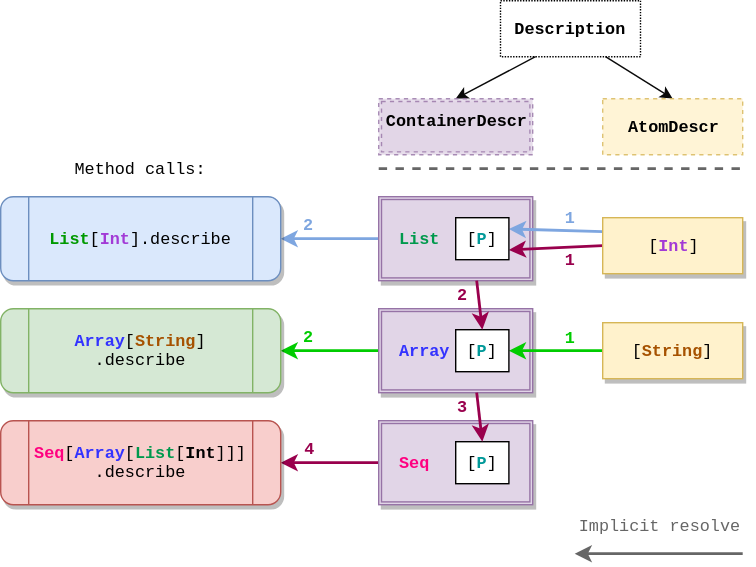
Above: describe.svg in KORPSE/korpse.github.io (draw.io), before the change. Source tidied: cells renumbered, new cells last; positions are measured from the earlier drawing's top-left corner, leaving out a move shared by most shapes. Source of this version:
```xml
<mxGraphModel background="#ffffff">
  <root>
    <mxCell id="0" />
    <mxCell id="1" parent="0" />
    <mxCell id="2" value="&lt;font color=&quot;#99004d&quot;&gt;3&lt;/font&gt;" style="text;html=1;strokeColor=none;fillColor=none;align=center;verticalAlign=middle;whiteSpace=wrap;rounded=1;shadow=1;glass=0;comic=0;labelBackgroundColor=none;fontFamily=Courier New;fontSize=12;fontStyle=1;" parent="1" vertex="1">
      <mxGeometry x="310" y="280" width="40" height="20" as="geometry" />
    </mxCell>
    <mxCell id="3" style="edgeStyle=none;rounded=1;comic=0;html=1;exitX=0;exitY=0.5;entryX=1;entryY=0.5;shadow=0;startArrow=none;startFill=0;jettySize=auto;strokeColor=#7EA6E0;strokeWidth=2;fillColor=#ffcc99;gradientColor=#ffffff;fontFamily=Courier New;fontSize=12;" parent="1" edge="1" source="4" target="21">
      <mxGeometry relative="1" as="geometry" />
    </mxCell>
    <mxCell id="4" value="&lt;font color=&quot;#00994d&quot;&gt;&lt;b&gt;List&lt;/b&gt;&lt;/font&gt;" style="shape=ext;double=1;rounded=0;whiteSpace=wrap;html=1;shadow=1;fontFamily=Courier New;fontSize=12;fontColor=#000000;align=left;strokeColor=#9673a6;strokeWidth=1;fillColor=#e1d5e7;verticalAlign=middle;spacingLeft=10;" parent="1" vertex="1">
      <mxGeometry x="270" y="140" width="110" height="60" as="geometry" />
    </mxCell>
    <mxCell id="5" style="edgeStyle=none;rounded=1;comic=0;html=1;exitX=0;exitY=0.5;entryX=1;entryY=0.5;shadow=0;startArrow=none;startFill=0;jettySize=auto;strokeColor=#00CC00;strokeWidth=2;fillColor=#ffcc99;gradientColor=#ffffff;fontFamily=Courier New;fontSize=12;" parent="1" edge="1" source="6" target="22">
      <mxGeometry relative="1" as="geometry" />
    </mxCell>
    <mxCell id="6" value="&lt;font color=&quot;#3333ff&quot;&gt;&lt;b&gt;Array&lt;/b&gt;&lt;/font&gt;" style="shape=ext;double=1;rounded=0;whiteSpace=wrap;html=1;shadow=1;fontFamily=Courier New;fontSize=12;fontColor=#000000;align=left;strokeColor=#9673a6;strokeWidth=1;fillColor=#e1d5e7;verticalAlign=middle;spacingLeft=10;" parent="1" vertex="1">
      <mxGeometry x="270" y="220" width="110" height="60" as="geometry" />
    </mxCell>
    <mxCell id="7" style="edgeStyle=none;rounded=1;comic=0;html=1;exitX=0;exitY=0.5;entryX=1;entryY=0.5;shadow=0;startArrow=none;startFill=0;jettySize=auto;strokeColor=#99004D;strokeWidth=2;fillColor=#ffcc99;gradientColor=#ffffff;fontFamily=Courier New;fontSize=12;" parent="1" edge="1" source="8" target="23">
      <mxGeometry relative="1" as="geometry" />
    </mxCell>
    <mxCell id="8" value="&lt;font color=&quot;#ff0080&quot;&gt;&lt;b&gt;Seq&lt;/b&gt;&lt;/font&gt;" style="shape=ext;double=1;rounded=0;whiteSpace=wrap;html=1;shadow=1;fontFamily=Courier New;fontSize=12;fontColor=#000000;align=left;strokeColor=#9673a6;strokeWidth=1;fillColor=#e1d5e7;verticalAlign=middle;spacingLeft=10;" parent="1" vertex="1">
      <mxGeometry x="270" y="300" width="110" height="60" as="geometry" />
    </mxCell>
    <mxCell id="9" style="edgeStyle=none;rounded=1;comic=0;html=1;exitX=0;exitY=0.25;entryX=1;entryY=0.25;shadow=0;startArrow=none;startFill=0;jettySize=auto;strokeColor=#7EA6E0;strokeWidth=2;fillColor=#ffcc99;gradientColor=#ffffff;fontFamily=Courier New;fontSize=12;" parent="1" edge="1" source="11" target="14">
      <mxGeometry relative="1" as="geometry" />
    </mxCell>
    <mxCell id="10" style="edgeStyle=none;rounded=1;comic=0;html=1;exitX=0;exitY=0.5;entryX=1;entryY=0.75;shadow=0;startArrow=none;startFill=0;jettySize=auto;strokeColor=#99004D;strokeWidth=2;fillColor=#ffcc99;gradientColor=#ffffff;fontFamily=Courier New;fontSize=12;" parent="1" edge="1" source="11" target="14">
      <mxGeometry relative="1" as="geometry" />
    </mxCell>
    <mxCell id="11" value="[&lt;font color=&quot;#a23ad6&quot;&gt;&lt;b&gt;Int&lt;/b&gt;&lt;/font&gt;]" style="rounded=0;whiteSpace=wrap;html=1;shadow=1;glass=0;comic=0;labelBackgroundColor=none;strokeColor=#d6b656;strokeWidth=1;fillColor=#fff2cc;fontFamily=Courier New;fontSize=12;align=center;" parent="1" vertex="1">
      <mxGeometry x="430" y="155" width="100" height="40" as="geometry" />
    </mxCell>
    <mxCell id="12" style="edgeStyle=none;rounded=1;comic=0;html=1;exitX=0;exitY=0.5;entryX=1;entryY=0.5;shadow=0;startArrow=none;startFill=0;jettySize=auto;strokeColor=#00CC00;strokeWidth=2;fillColor=#ffcc99;gradientColor=#ffffff;fontFamily=Courier New;fontSize=12;" parent="1" edge="1" source="13" target="24">
      <mxGeometry relative="1" as="geometry" />
    </mxCell>
    <mxCell id="13" value="[&lt;font color=&quot;#a65200&quot;&gt;&lt;b&gt;String&lt;/b&gt;&lt;/font&gt;]" style="rounded=0;whiteSpace=wrap;html=1;shadow=1;glass=0;comic=0;labelBackgroundColor=none;strokeColor=#d6b656;strokeWidth=1;fillColor=#fff2cc;fontFamily=Courier New;fontSize=12;align=center;" parent="1" vertex="1">
      <mxGeometry x="430" y="230" width="100" height="40" as="geometry" />
    </mxCell>
    <mxCell id="14" value="[&lt;font color=&quot;#009999&quot;&gt;&lt;b&gt;P&lt;/b&gt;&lt;/font&gt;]" style="rounded=0;whiteSpace=wrap;html=1;shadow=0;glass=0;comic=0;labelBackgroundColor=none;strokeColor=#000000;strokeWidth=1;fillColor=#ffffff;fontFamily=Courier New;fontSize=12;align=center;verticalAlign=middle;" parent="1" vertex="1">
      <mxGeometry x="325" y="155" width="38" height="30" as="geometry" />
    </mxCell>
    <mxCell id="15" style="edgeStyle=none;rounded=1;comic=0;html=1;exitX=0.25;exitY=1;entryX=0.5;entryY=0;shadow=0;startArrow=none;jettySize=auto;strokeColor=#0A0A0A;strokeWidth=1;fillColor=#ffcc99;gradientColor=#ffffff;fontFamily=Courier New;fontSize=12;startFill=0;" parent="1" edge="1" source="17" target="18">
      <mxGeometry relative="1" as="geometry" />
    </mxCell>
    <mxCell id="16" style="edgeStyle=none;rounded=1;comic=0;html=1;exitX=0.75;exitY=1;entryX=0.5;entryY=0;shadow=0;startArrow=none;startFill=0;jettySize=auto;strokeColor=#0A0A0A;strokeWidth=1;fillColor=#ffcc99;gradientColor=#ffffff;fontFamily=Courier New;fontSize=12;" parent="1" edge="1" source="17" target="19">
      <mxGeometry relative="1" as="geometry" />
    </mxCell>
    <mxCell id="17" value="Description" style="rounded=0;whiteSpace=wrap;html=1;shadow=0;glass=0;dashed=1;comic=0;labelBackgroundColor=none;strokeColor=#000000;strokeWidth=1;fillColor=none;gradientColor=#ffffff;fontFamily=Courier New;fontSize=12;align=center;dashPattern=1 1;fontStyle=1;" parent="1" vertex="1">
      <mxGeometry x="357" width="100" height="40" as="geometry" />
    </mxCell>
    <mxCell id="18" value="ContainerDescr" style="shape=ext;double=1;rounded=0;whiteSpace=wrap;html=1;shadow=0;fontFamily=Courier New;fontSize=12;fontColor=#000000;align=center;strokeColor=#9673a6;strokeWidth=1;fillColor=#e1d5e7;verticalAlign=top;dashed=1;opacity=80;fontStyle=1;" parent="1" vertex="1">
      <mxGeometry x="270" y="70" width="110" height="40" as="geometry" />
    </mxCell>
    <mxCell id="19" value="AtomDescr" style="rounded=0;whiteSpace=wrap;html=1;shadow=0;glass=0;comic=0;labelBackgroundColor=none;strokeColor=#d6b656;strokeWidth=1;fillColor=#fff2cc;fontFamily=Courier New;fontSize=12;align=center;dashed=1;opacity=80;fontStyle=1;" parent="1" vertex="1">
      <mxGeometry x="430" y="70" width="100" height="40" as="geometry" />
    </mxCell>
    <mxCell id="20" style="endArrow=none;dashed=1;html=1;shadow=0;strokeColor=#666666;strokeWidth=2;fillColor=#f5f5f5;fontFamily=Courier New;fontSize=12;" parent="1" edge="1">
      <mxGeometry relative="1" as="geometry">
        <mxPoint x="270" y="120" as="sourcePoint" />
        <mxPoint x="530" y="120" as="targetPoint" />
      </mxGeometry>
    </mxCell>
    <mxCell id="21" value="&lt;font color=&quot;#009900&quot;&gt;&lt;b&gt;List&lt;/b&gt;&lt;/font&gt;[&lt;font color=&quot;#a23ad6&quot;&gt;&lt;b&gt;Int&lt;/b&gt;&lt;/font&gt;].describe" style="shape=process;whiteSpace=wrap;html=1;rounded=1;shadow=1;glass=0;comic=0;labelBackgroundColor=none;strokeColor=#6c8ebf;strokeWidth=1;fillColor=#dae8fc;fontFamily=Courier New;fontSize=12;align=center;" parent="1" vertex="1">
      <mxGeometry y="140" width="200" height="60" as="geometry" />
    </mxCell>
    <mxCell id="22" value="&lt;font color=&quot;#3333ff&quot;&gt;&lt;b&gt;Array&lt;/b&gt;&lt;/font&gt;[&lt;font color=&quot;#a65200&quot;&gt;&lt;b&gt;String&lt;/b&gt;&lt;/font&gt;]&lt;div&gt;.describe&lt;/div&gt;" style="shape=process;whiteSpace=wrap;html=1;rounded=1;shadow=1;glass=0;comic=0;labelBackgroundColor=none;strokeColor=#82b366;strokeWidth=1;fillColor=#d5e8d4;fontFamily=Courier New;fontSize=12;align=center;" parent="1" vertex="1">
      <mxGeometry y="220" width="200" height="60" as="geometry" />
    </mxCell>
    <mxCell id="23" value="&lt;font color=&quot;#ff0080&quot;&gt;&lt;b&gt;Seq&lt;/b&gt;&lt;/font&gt;[&lt;font color=&quot;#3333ff&quot;&gt;&lt;b&gt;Array&lt;/b&gt;&lt;/font&gt;[&lt;font color=&quot;#00994d&quot;&gt;&lt;b&gt;List&lt;/b&gt;&lt;/font&gt;[&lt;b&gt;Int&lt;/b&gt;]]]&lt;div&gt;.describe&lt;/div&gt;" style="shape=process;whiteSpace=wrap;html=1;rounded=1;shadow=1;glass=0;comic=0;labelBackgroundColor=none;strokeColor=#b85450;strokeWidth=1;fillColor=#f8cecc;fontFamily=Courier New;fontSize=12;align=center;" parent="1" vertex="1">
      <mxGeometry y="300" width="200" height="60" as="geometry" />
    </mxCell>
    <mxCell id="24" value="[&lt;font color=&quot;#009999&quot;&gt;&lt;b&gt;P&lt;/b&gt;&lt;/font&gt;]" style="rounded=0;whiteSpace=wrap;html=1;shadow=0;glass=0;comic=0;labelBackgroundColor=none;strokeColor=#000000;strokeWidth=1;fillColor=#ffffff;fontFamily=Courier New;fontSize=12;align=center;verticalAlign=middle;" parent="1" vertex="1">
      <mxGeometry x="325" y="235" width="38" height="30" as="geometry" />
    </mxCell>
    <mxCell id="25" value="[&lt;font color=&quot;#009999&quot;&gt;&lt;b&gt;P&lt;/b&gt;&lt;/font&gt;]" style="rounded=0;whiteSpace=wrap;html=1;shadow=0;glass=0;comic=0;labelBackgroundColor=none;strokeColor=#000000;strokeWidth=1;fillColor=#ffffff;fontFamily=Courier New;fontSize=12;align=center;verticalAlign=middle;" parent="1" vertex="1">
      <mxGeometry x="325" y="315" width="38" height="30" as="geometry" />
    </mxCell>
    <mxCell id="26" value="&lt;font color=&quot;#00cc00&quot;&gt;1&lt;/font&gt;" style="text;html=1;strokeColor=none;fillColor=none;align=center;verticalAlign=middle;whiteSpace=wrap;rounded=1;shadow=1;glass=0;comic=0;labelBackgroundColor=none;fontFamily=Courier New;fontSize=12;fontStyle=1;" parent="1" vertex="1">
      <mxGeometry x="387" y="231" width="40" height="20" as="geometry" />
    </mxCell>
    <mxCell id="27" value="&lt;font color=&quot;#00cc00&quot;&gt;2&lt;/font&gt;" style="text;html=1;strokeColor=none;fillColor=none;align=center;verticalAlign=middle;whiteSpace=wrap;rounded=1;shadow=1;glass=0;comic=0;labelBackgroundColor=none;fontFamily=Courier New;fontSize=12;fontStyle=1;" parent="1" vertex="1">
      <mxGeometry x="200" y="230" width="40" height="20" as="geometry" />
    </mxCell>
    <mxCell id="28" value="&lt;font color=&quot;#7ea6e0&quot;&gt;1&lt;/font&gt;" style="text;html=1;strokeColor=none;fillColor=none;align=center;verticalAlign=middle;whiteSpace=wrap;rounded=1;shadow=1;glass=0;comic=0;labelBackgroundColor=none;fontFamily=Courier New;fontSize=12;fontStyle=1;" parent="1" vertex="1">
      <mxGeometry x="387" y="145" width="40" height="20" as="geometry" />
    </mxCell>
    <mxCell id="29" value="&lt;font color=&quot;#7ea6e0&quot;&gt;2&lt;/font&gt;" style="text;html=1;strokeColor=none;fillColor=none;align=center;verticalAlign=middle;whiteSpace=wrap;rounded=1;shadow=1;glass=0;comic=0;labelBackgroundColor=none;fontFamily=Courier New;fontSize=12;fontStyle=1;" parent="1" vertex="1">
      <mxGeometry x="200" y="150" width="40" height="20" as="geometry" />
    </mxCell>
    <mxCell id="30" value="&lt;font color=&quot;#99004d&quot;&gt;1&lt;/font&gt;" style="text;html=1;strokeColor=none;fillColor=none;align=center;verticalAlign=middle;whiteSpace=wrap;rounded=1;shadow=1;glass=0;comic=0;labelBackgroundColor=none;fontFamily=Courier New;fontSize=12;fontStyle=1;" parent="1" vertex="1">
      <mxGeometry x="387" y="175" width="40" height="20" as="geometry" />
    </mxCell>
    <mxCell id="31" value="&lt;font color=&quot;#99004d&quot;&gt;2&lt;/font&gt;" style="text;html=1;strokeColor=none;fillColor=none;align=center;verticalAlign=middle;whiteSpace=wrap;rounded=1;shadow=1;glass=0;comic=0;labelBackgroundColor=none;fontFamily=Courier New;fontSize=12;fontStyle=1;" parent="1" vertex="1">
      <mxGeometry x="310" y="200" width="40" height="20" as="geometry" />
    </mxCell>
    <mxCell id="32" value="&lt;font color=&quot;#99004d&quot;&gt;4&lt;/font&gt;" style="text;html=1;strokeColor=none;fillColor=none;align=center;verticalAlign=middle;whiteSpace=wrap;rounded=1;shadow=1;glass=0;comic=0;labelBackgroundColor=none;fontFamily=Courier New;fontSize=12;fontStyle=1;" parent="1" vertex="1">
      <mxGeometry x="201" y="310" width="40" height="20" as="geometry" />
    </mxCell>
    <mxCell id="33" style="edgeStyle=none;rounded=1;comic=0;html=1;exitX=0.75;exitY=0;entryX=0.5;entryY=0;shadow=0;startArrow=none;startFill=0;jettySize=auto;strokeColor=#99004D;strokeWidth=2;fillColor=#e1d5e7;fontFamily=Courier New;fontSize=12;" parent="1" edge="1" source="31" target="24">
      <mxGeometry relative="1" as="geometry" />
    </mxCell>
    <mxCell id="34" style="edgeStyle=none;rounded=1;comic=0;html=1;exitX=0.75;exitY=0;entryX=0.5;entryY=0;shadow=0;startArrow=none;startFill=0;jettySize=auto;strokeColor=#99004D;strokeWidth=2;fillColor=#e1d5e7;fontFamily=Courier New;fontSize=12;" parent="1" edge="1" source="2" target="25">
      <mxGeometry relative="1" as="geometry" />
    </mxCell>
    <mxCell id="35" value="Method calls:" style="text;html=1;strokeColor=none;fillColor=none;align=center;verticalAlign=middle;whiteSpace=wrap;rounded=1;shadow=1;glass=0;comic=0;labelBackgroundColor=none;fontFamily=Courier New;fontSize=12;fontStyle=0;" parent="1" vertex="1">
      <mxGeometry x="45" y="110" width="110" height="20" as="geometry" />
    </mxCell>
    <mxCell id="36" style="endArrow=classic;html=1;shadow=0;strokeColor=#666666;strokeWidth=2;fillColor=#ffcc99;gradientColor=#ffffff;fontFamily=Courier New;fontSize=12;fontColor=#666666;" parent="1" edge="1">
      <mxGeometry relative="1" as="geometry">
        <mxPoint x="530" y="395" as="sourcePoint" />
        <mxPoint x="410" y="395" as="targetPoint" />
      </mxGeometry>
    </mxCell>
    <mxCell id="37" value="Implicit resolve" style="text;html=1;strokeColor=none;fillColor=none;align=center;verticalAlign=middle;whiteSpace=wrap;rounded=1;shadow=1;glass=0;comic=0;labelBackgroundColor=none;fontFamily=Courier New;fontSize=12;fontStyle=0;fontColor=#666666;" parent="1" vertex="1">
      <mxGeometry x="412" y="365" width="118" height="20" as="geometry" />
    </mxCell>
  </root>
</mxGraphModel>
```
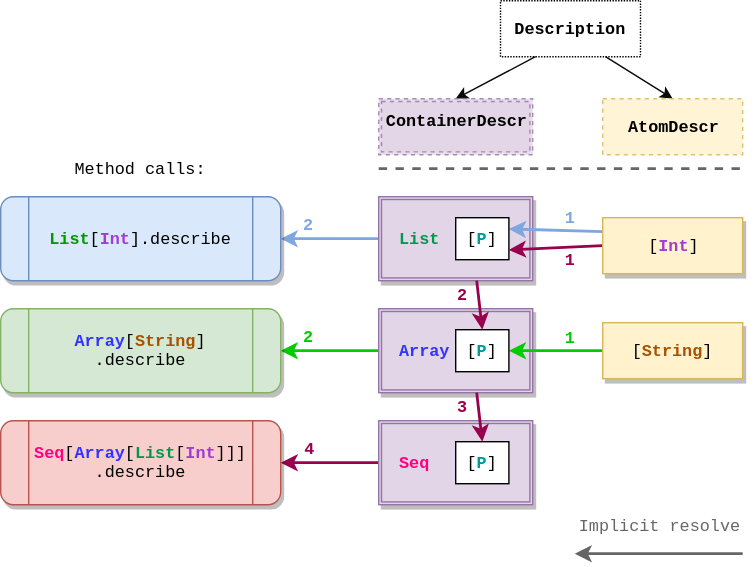
Above is the later version.

Change to the diagram source:
```diff
@@ -68,7 +68,7 @@
     <mxCell id="22" value="&lt;font color=&quot;#3333ff&quot;&gt;&lt;b&gt;Array&lt;/b&gt;&lt;/font&gt;[&lt;font color=&quot;#a65200&quot;&gt;&lt;b&gt;String&lt;/b&gt;&lt;/font&gt;]&lt;div&gt;.describe&lt;/div&gt;" style="shape=process;whiteSpace=wrap;html=1;rounded=1;shadow=1;glass=0;comic=0;labelBackgroundColor=none;strokeColor=#82b366;strokeWidth=1;fillColor=#d5e8d4;fontFamily=Courier New;fontSize=12;align=center;" parent="1" vertex="1">
       <mxGeometry y="220" width="200" height="60" as="geometry" />
     </mxCell>
-    <mxCell id="23" value="&lt;font color=&quot;#ff0080&quot;&gt;&lt;b&gt;Seq&lt;/b&gt;&lt;/font&gt;[&lt;font color=&quot;#3333ff&quot;&gt;&lt;b&gt;Array&lt;/b&gt;&lt;/font&gt;[&lt;font color=&quot;#00994d&quot;&gt;&lt;b&gt;List&lt;/b&gt;&lt;/font&gt;[&lt;b&gt;Int&lt;/b&gt;]]]&lt;div&gt;.describe&lt;/div&gt;" style="shape=process;whiteSpace=wrap;html=1;rounded=1;shadow=1;glass=0;comic=0;labelBackgroundColor=none;strokeColor=#b85450;strokeWidth=1;fillColor=#f8cecc;fontFamily=Courier New;fontSize=12;align=center;" parent="1" vertex="1">
+    <mxCell id="23" value="&lt;font color=&quot;#ff0080&quot;&gt;&lt;b&gt;Seq&lt;/b&gt;&lt;/font&gt;[&lt;font color=&quot;#3333ff&quot;&gt;&lt;b&gt;Array&lt;/b&gt;&lt;/font&gt;[&lt;font color=&quot;#00994d&quot;&gt;&lt;b&gt;List&lt;/b&gt;&lt;/font&gt;[&lt;font color=&quot;#a23ad6&quot;&gt;&lt;b&gt;Int&lt;/b&gt;&lt;/font&gt;]]]&lt;div&gt;.describe&lt;/div&gt;" style="shape=process;whiteSpace=wrap;html=1;rounded=1;shadow=1;glass=0;comic=0;labelBackgroundColor=none;strokeColor=#b85450;strokeWidth=1;fillColor=#f8cecc;fontFamily=Courier New;fontSize=12;align=center;" parent="1" vertex="1">
       <mxGeometry y="300" width="200" height="60" as="geometry" />
     </mxCell>
     <mxCell id="24" value="[&lt;font color=&quot;#009999&quot;&gt;&lt;b&gt;P&lt;/b&gt;&lt;/font&gt;]" style="rounded=0;whiteSpace=wrap;html=1;shadow=0;glass=0;comic=0;labelBackgroundColor=none;strokeColor=#000000;strokeWidth=1;fillColor=#ffffff;fontFamily=Courier New;fontSize=12;align=center;verticalAlign=middle;" parent="1" vertex="1">
```
